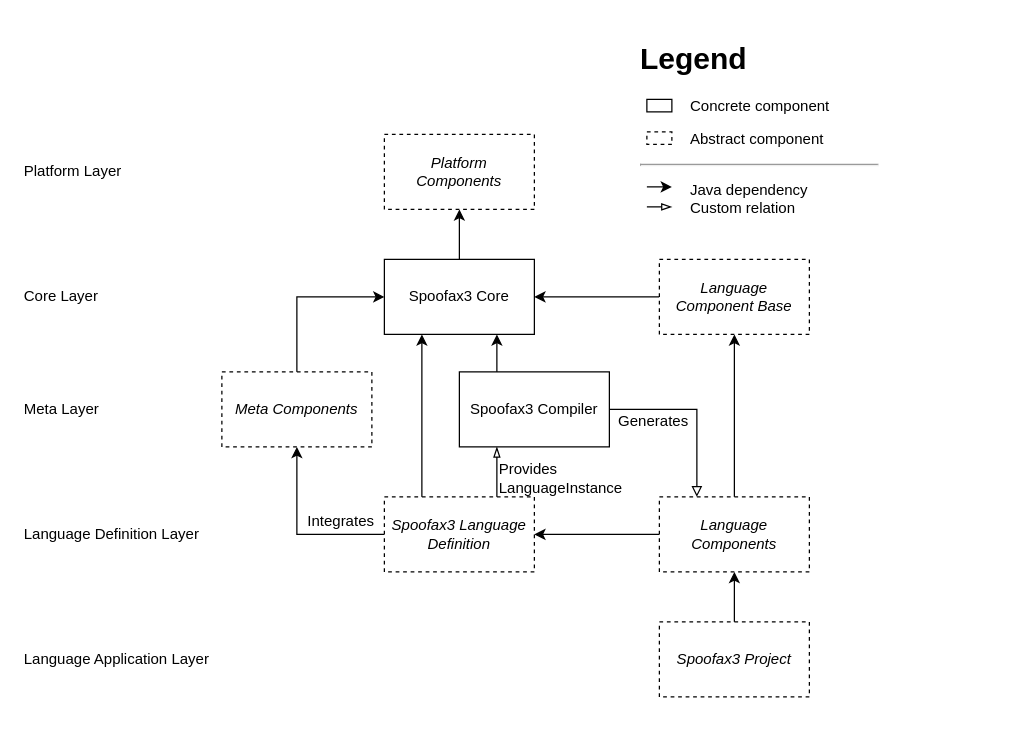
Before: page "Spoofax3 Relations" (2 of 6) of Spoofax3 Diagrams.drawio in AZWN/Spoofax-pie-diagrams, a draw.io diagram. Source tidied: cells renumbered, new cells numbered last; positions are measured from the earlier drawing's top-left corner, leaving out a move shared by most shapes. Both pictures are drawn from the tidied source at 125%, with x=0, y=0 at pixel (21, 34).
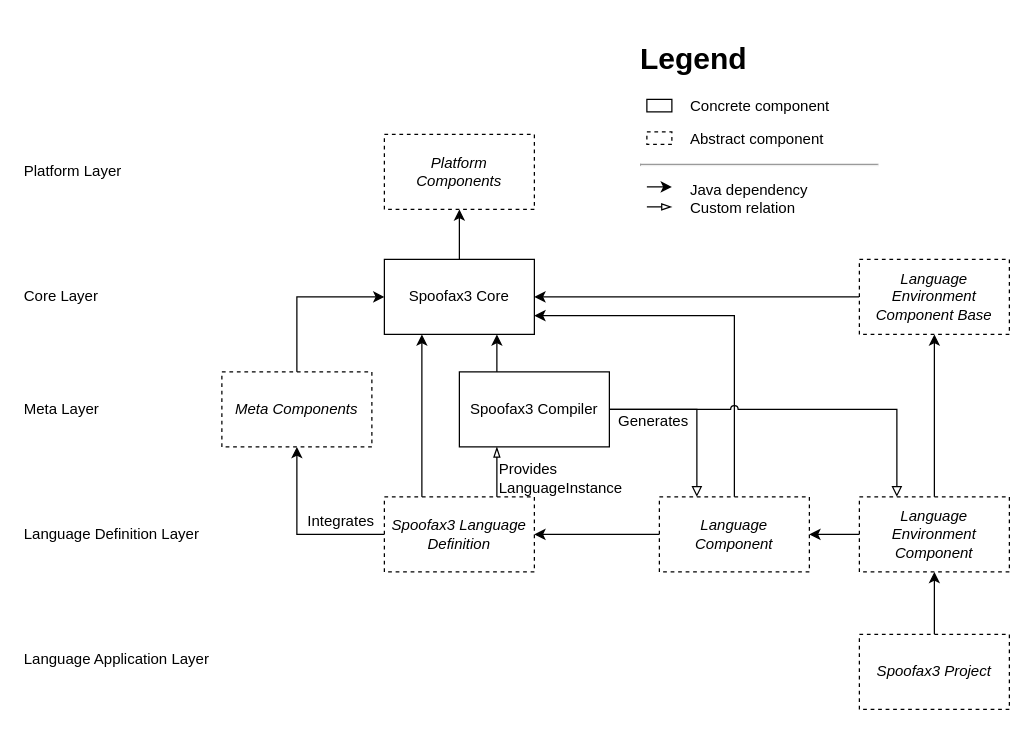
The same page after the edit.

Commit message:
Adding Environment Components to Relations diagram

Unchanged cells that the change refers to:
```xml
<mxCell id="3" value="Spoofax3 Core" style="rounded=0;whiteSpace=wrap;html=1;" parent="1" vertex="1">
  <mxGeometry x="290" y="180" width="120" height="60" as="geometry" />
</mxCell>
<mxCell id="18" value="Spoofax3 Compiler" style="rounded=0;whiteSpace=wrap;html=1;" parent="1" vertex="1">
  <mxGeometry x="350" y="270" width="120" height="60" as="geometry" />
</mxCell>
```

The edit, as a diff of the source:
```diff
@@
-    <mxCell id="12" style="edgeStyle=orthogonalEdgeStyle;rounded=0;jettySize=auto;html=1;exitX=0.5;exitY=0;exitDx=0;exitDy=0;entryX=0.5;entryY=1;entryDx=0;entryDy=0;" parent="1" edge="1" source="13" target="22">
+    <mxCell id="12" style="edgeStyle=orthogonalEdgeStyle;rounded=0;jettySize=auto;html=1;exitX=0.5;exitY=0;exitDx=0;exitDy=0;entryX=1;entryY=0.75;entryDx=0;entryDy=0;" parent="1" edge="1" source="13" target="3">
       <mxGeometry relative="1" as="geometry" />
     </mxCell>
-    <mxCell id="13" value="&lt;i&gt;Language Components&lt;/i&gt;" style="rounded=0;whiteSpace=wrap;html=1;dashed=1;" parent="1" vertex="1">
+    <mxCell id="13" value="&lt;i&gt;Language Component&lt;/i&gt;" style="rounded=0;whiteSpace=wrap;html=1;dashed=1;" parent="1" vertex="1">
       <mxGeometry x="510" y="370" width="120" height="60" as="geometry" />
     </mxCell>
-    <mxCell id="14" style="edgeStyle=orthogonalEdgeStyle;rounded=0;jettySize=auto;html=1;exitX=0.5;exitY=0;exitDx=0;exitDy=0;entryX=0.5;entryY=1;entryDx=0;entryDy=0;" parent="1" edge="1" source="15" target="13">
-      <mxGeometry relative="1" as="geometry" />
-    </mxCell>
+    <mxCell id="34" style="edgeStyle=orthogonalEdgeStyle;rounded=0;jettySize=auto;html=1;entryX=0.5;entryY=1;entryDx=0;entryDy=0;" parent="1" edge="1" source="15" target="38">
+      <mxGeometry relative="1" as="geometry" />
+    </mxCell>
     <mxCell id="15" value="&lt;i&gt;Spoofax3 Project&lt;/i&gt;" style="rounded=0;whiteSpace=wrap;html=1;dashed=1;" parent="1" vertex="1">
-      <mxGeometry x="510" y="470" width="120" height="60" as="geometry" />
+      <mxGeometry x="670" y="480" width="120" height="60" as="geometry" />
     </mxCell>
@@
-    <mxCell id="21" style="edgeStyle=orthogonalEdgeStyle;rounded=0;jettySize=auto;html=1;exitX=0;exitY=0.5;exitDx=0;exitDy=0;entryX=1;entryY=0.5;entryDx=0;entryDy=0;" parent="1" edge="1" source="22" target="3">
+    <mxCell id="21" style="edgeStyle=orthogonalEdgeStyle;rounded=0;jettySize=auto;html=1;exitX=0;exitY=0.5;exitDx=0;exitDy=0;entryX=1;entryY=0.5;entryDx=0;entryDy=0;" parent="1" edge="1" source="35" target="3">
       <mxGeometry relative="1" as="geometry" />
     </mxCell>
-    <mxCell id="22" value="&lt;i&gt;Language Component Base&lt;/i&gt;" style="rounded=0;whiteSpace=wrap;html=1;dashed=1;" parent="1" vertex="1">
-      <mxGeometry x="510" y="180" width="120" height="60" as="geometry" />
-    </mxCell>
@@
+    <mxCell id="35" value="&lt;i&gt;Language Environment Component Base&lt;/i&gt;" style="rounded=0;whiteSpace=wrap;html=1;dashed=1;" parent="1" vertex="1">
+      <mxGeometry x="670" y="180" width="120" height="60" as="geometry" />
+    </mxCell>
+    <mxCell id="36" style="edgeStyle=orthogonalEdgeStyle;rounded=0;jettySize=auto;html=1;exitX=0.5;exitY=0;exitDx=0;exitDy=0;" parent="1" edge="1" source="38" target="35">
+      <mxGeometry relative="1" as="geometry" />
+    </mxCell>
+    <mxCell id="37" style="edgeStyle=orthogonalEdgeStyle;rounded=0;jumpStyle=arc;jettySize=auto;html=1;exitX=0;exitY=0.5;exitDx=0;exitDy=0;" parent="1" edge="1" source="38" target="13">
+      <mxGeometry relative="1" as="geometry" />
+    </mxCell>
+    <mxCell id="38" value="&lt;i&gt;Language Environment Component&lt;/i&gt;" style="rounded=0;whiteSpace=wrap;html=1;dashed=1;" parent="1" vertex="1">
+      <mxGeometry x="670" y="370" width="120" height="60" as="geometry" />
+    </mxCell>
+    <mxCell id="39" style="edgeStyle=orthogonalEdgeStyle;rounded=0;jettySize=auto;html=1;startArrow=none;startFill=0;endArrow=block;endFill=0;entryX=0.25;entryY=0;entryDx=0;entryDy=0;exitX=1;exitY=0.5;exitDx=0;exitDy=0;jumpStyle=arc;" parent="1" edge="1" source="18" target="38">
+      <mxGeometry relative="1" as="geometry">
+        <Array as="points">
+          <mxPoint x="700" y="300" />
+        </Array>
+      </mxGeometry>
+    </mxCell>
```
